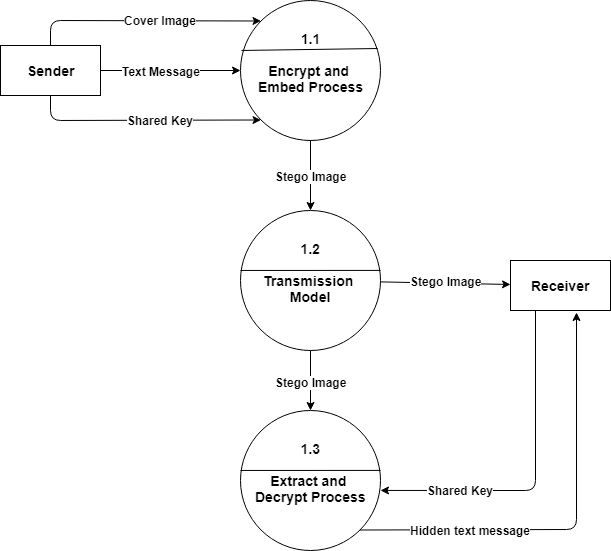
This is Documentation/DFDLevel1.png from SupriyaAmatya/ImageSteganography, a draw.io export, as it was before one commit. Source tidied: cells renumbered, new cells last; positions are measured from the earlier drawing's top-left corner, leaving out a move shared by most shapes.
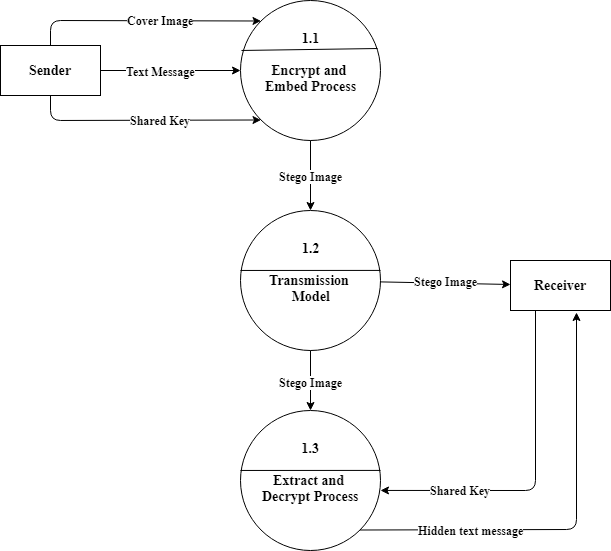
Later version of the same file.

What changed in the source:
```diff
@@ -2,111 +2,111 @@
   <root>
     <mxCell id="0" />
     <mxCell id="1" parent="0" />
-    <mxCell id="2" value="&lt;b style=&quot;font-size: 14px&quot;&gt;1.1&lt;br&gt;&lt;br&gt;Encrypt and &lt;br&gt;Embed Process&lt;br&gt;&lt;br&gt;&lt;/b&gt;" style="shape=ellipse;html=1;dashed=0;whitespace=wrap;perimeter=ellipsePerimeter;align=center;" parent="1" vertex="1">
+    <mxCell id="2" value="&lt;b style=&quot;font-size: 14px&quot;&gt;1.1&lt;br&gt;&lt;br&gt;Encrypt and &lt;br&gt;Embed Process&lt;br&gt;&lt;br&gt;&lt;/b&gt;" style="shape=ellipse;html=1;dashed=0;whitespace=wrap;perimeter=ellipsePerimeter;align=center;fontFamily=Times New Roman;" parent="1" vertex="1">
       <mxGeometry x="240" width="140" height="140" as="geometry" />
     </mxCell>
-    <mxCell id="3" value="&lt;b&gt;&lt;font style=&quot;font-size: 14px&quot;&gt;Sender&lt;/font&gt;&lt;/b&gt;" style="html=1;dashed=0;whitespace=wrap;" parent="1" vertex="1">
+    <mxCell id="3" value="&lt;b&gt;&lt;font style=&quot;font-size: 14px&quot;&gt;Sender&lt;/font&gt;&lt;/b&gt;" style="html=1;dashed=0;whitespace=wrap;fontFamily=Times New Roman;" parent="1" vertex="1">
       <mxGeometry y="45" width="100" height="50" as="geometry" />
     </mxCell>
-    <mxCell id="4" style="endArrow=classic;html=1;exitX=1;exitY=0.5;exitDx=0;exitDy=0;" parent="1" edge="1" source="3" target="2">
+    <mxCell id="4" style="endArrow=classic;html=1;exitX=1;exitY=0.5;exitDx=0;exitDy=0;fontFamily=Times New Roman;" parent="1" edge="1" source="3" target="2">
       <mxGeometry relative="1" as="geometry" />
     </mxCell>
-    <mxCell id="5" value="&lt;b&gt;Text Message&lt;/b&gt;" style="text;html=1;align=center;verticalAlign=middle;labelBackgroundColor=#ffffff;" parent="4" vertex="1">
+    <mxCell id="5" value="&lt;b&gt;Text Message&lt;/b&gt;" style="text;html=1;align=center;verticalAlign=middle;labelBackgroundColor=#ffffff;fontFamily=Times New Roman;" parent="4" vertex="1">
       <mxGeometry x="0.33" y="-1" relative="1" as="geometry">
         <mxPoint x="-33" y="-1" as="offset" />
       </mxGeometry>
     </mxCell>
-    <mxCell id="6" style="endArrow=classic;html=1;exitX=0.5;exitY=0;exitDx=0;exitDy=0;entryX=0;entryY=0;entryDx=0;entryDy=0;" parent="1" edge="1" source="3" target="2">
+    <mxCell id="6" style="endArrow=classic;html=1;exitX=0.5;exitY=0;exitDx=0;exitDy=0;entryX=0;entryY=0;entryDx=0;entryDy=0;fontFamily=Times New Roman;" parent="1" edge="1" source="3" target="2">
       <mxGeometry relative="1" as="geometry">
         <Array as="points">
           <mxPoint x="50" y="20" />
         </Array>
       </mxGeometry>
     </mxCell>
-    <mxCell id="7" value="&lt;b&gt;Cover Image&lt;/b&gt;" style="text;html=1;align=center;verticalAlign=middle;labelBackgroundColor=#ffffff;" parent="6" vertex="1">
+    <mxCell id="7" value="&lt;b&gt;Cover Image&lt;/b&gt;" style="text;html=1;align=center;verticalAlign=middle;labelBackgroundColor=#ffffff;fontFamily=Times New Roman;" parent="6" vertex="1">
       <mxGeometry x="0.32" y="-2" relative="1" as="geometry">
         <mxPoint x="-20" y="-2.5" as="offset" />
       </mxGeometry>
     </mxCell>
-    <mxCell id="8" style="endArrow=classic;html=1;exitX=0.5;exitY=1;exitDx=0;exitDy=0;entryX=0;entryY=1;entryDx=0;entryDy=0;" parent="1" edge="1" source="3" target="2">
+    <mxCell id="8" style="endArrow=classic;html=1;exitX=0.5;exitY=1;exitDx=0;exitDy=0;entryX=0;entryY=1;entryDx=0;entryDy=0;fontFamily=Times New Roman;" parent="1" edge="1" source="3" target="2">
       <mxGeometry relative="1" as="geometry">
         <Array as="points">
           <mxPoint x="50" y="120" />
         </Array>
       </mxGeometry>
     </mxCell>
-    <mxCell id="9" value="&lt;b&gt;Shared Key&lt;/b&gt;" style="text;html=1;align=center;verticalAlign=middle;labelBackgroundColor=#ffffff;" parent="8" vertex="1">
+    <mxCell id="9" value="&lt;b&gt;Shared Key&lt;/b&gt;" style="text;html=1;align=center;verticalAlign=middle;labelBackgroundColor=#ffffff;fontFamily=Times New Roman;" parent="8" vertex="1">
       <mxGeometry x="-0.1" y="1" relative="1" as="geometry">
         <mxPoint x="29" y="1" as="offset" />
       </mxGeometry>
     </mxCell>
-    <mxCell id="10" style="endArrow=none;html=1;entryX=0.979;entryY=0.343;entryDx=0;entryDy=0;entryPerimeter=0;exitX=0.007;exitY=0.357;exitDx=0;exitDy=0;exitPerimeter=0;" parent="1" edge="1" source="2" target="2">
+    <mxCell id="10" style="endArrow=none;html=1;entryX=0.979;entryY=0.343;entryDx=0;entryDy=0;entryPerimeter=0;exitX=0.007;exitY=0.357;exitDx=0;exitDy=0;exitPerimeter=0;fontFamily=Times New Roman;" parent="1" edge="1" source="2" target="2">
       <mxGeometry relative="1" as="geometry" />
     </mxCell>
-    <mxCell id="11" value="&lt;b style=&quot;font-size: 14px&quot;&gt;1.2&lt;br&gt;&lt;br&gt;Transmission &lt;br&gt;Model&lt;br&gt;&lt;br&gt;&lt;/b&gt;" style="shape=ellipse;html=1;dashed=0;whitespace=wrap;perimeter=ellipsePerimeter;align=center;" parent="1" vertex="1">
+    <mxCell id="11" value="&lt;b style=&quot;font-size: 14px&quot;&gt;1.2&lt;br&gt;&lt;br&gt;Transmission &lt;br&gt;Model&lt;br&gt;&lt;br&gt;&lt;/b&gt;" style="shape=ellipse;html=1;dashed=0;whitespace=wrap;perimeter=ellipsePerimeter;align=center;fontFamily=Times New Roman;" parent="1" vertex="1">
       <mxGeometry x="240" y="210" width="140" height="140" as="geometry" />
     </mxCell>
-    <mxCell id="12" style="endArrow=classic;html=1;" parent="1" edge="1" source="2" target="11">
+    <mxCell id="12" style="endArrow=classic;html=1;fontFamily=Times New Roman;" parent="1" edge="1" source="2" target="11">
       <mxGeometry relative="1" as="geometry" />
     </mxCell>
-    <mxCell id="13" value="&lt;b&gt;Stego Image&lt;/b&gt;" style="text;html=1;align=center;verticalAlign=middle;labelBackgroundColor=#ffffff;" parent="12" vertex="1">
+    <mxCell id="13" value="&lt;b&gt;Stego Image&lt;/b&gt;" style="text;html=1;align=center;verticalAlign=middle;labelBackgroundColor=#ffffff;fontFamily=Times New Roman;" parent="12" vertex="1">
       <mxGeometry x="-0.29" y="2" relative="1" as="geometry">
         <mxPoint x="-2" y="10" as="offset" />
       </mxGeometry>
     </mxCell>
-    <mxCell id="14" style="endArrow=none;html=1;entryX=1;entryY=0.428;entryDx=0;entryDy=0;entryPerimeter=0;exitX=0.021;exitY=0.414;exitDx=0;exitDy=0;exitPerimeter=0;" parent="1" edge="1" target="11">
+    <mxCell id="14" style="endArrow=none;html=1;entryX=1;entryY=0.428;entryDx=0;entryDy=0;entryPerimeter=0;exitX=0.021;exitY=0.414;exitDx=0;exitDy=0;exitPerimeter=0;fontFamily=Times New Roman;" parent="1" edge="1" target="11">
       <mxGeometry relative="1" as="geometry">
         <mxPoint x="239.9" y="270" as="sourcePoint" />
       </mxGeometry>
     </mxCell>
-    <mxCell id="15" value="&lt;b&gt;&lt;font style=&quot;font-size: 14px&quot;&gt;Receiver&lt;/font&gt;&lt;/b&gt;" style="html=1;dashed=0;whitespace=wrap;" parent="1" vertex="1">
+    <mxCell id="15" value="&lt;b&gt;&lt;font style=&quot;font-size: 14px&quot;&gt;Receiver&lt;/font&gt;&lt;/b&gt;" style="html=1;dashed=0;whitespace=wrap;fontFamily=Times New Roman;" parent="1" vertex="1">
       <mxGeometry x="510" y="260" width="100" height="50" as="geometry" />
     </mxCell>
-    <mxCell id="16" style="endArrow=classic;html=1;" parent="1" edge="1" source="11" target="15">
+    <mxCell id="16" style="endArrow=classic;html=1;fontFamily=Times New Roman;" parent="1" edge="1" source="11" target="15">
       <mxGeometry relative="1" as="geometry" />
     </mxCell>
-    <mxCell id="17" value="&lt;b&gt;Stego Image&lt;/b&gt;" style="text;html=1;align=center;verticalAlign=middle;labelBackgroundColor=#ffffff;" parent="16" vertex="1">
+    <mxCell id="17" value="&lt;b&gt;Stego Image&lt;/b&gt;" style="text;html=1;align=center;verticalAlign=middle;labelBackgroundColor=#ffffff;fontFamily=Times New Roman;" parent="16" vertex="1">
       <mxGeometry x="0.33" y="-1" relative="1" as="geometry">
         <mxPoint x="-21" y="-4" as="offset" />
       </mxGeometry>
     </mxCell>
-    <mxCell id="18" value="&lt;b style=&quot;font-size: 14px&quot;&gt;1.3&lt;br&gt;&lt;br&gt;Extract and &lt;br&gt;Decrypt Process&lt;br&gt;&lt;br&gt;&lt;/b&gt;" style="shape=ellipse;html=1;dashed=0;whitespace=wrap;perimeter=ellipsePerimeter;align=center;" parent="1" vertex="1">
+    <mxCell id="18" value="&lt;b style=&quot;font-size: 14px&quot;&gt;1.3&lt;br&gt;&lt;br&gt;Extract and &lt;br&gt;Decrypt Process&lt;br&gt;&lt;br&gt;&lt;/b&gt;" style="shape=ellipse;html=1;dashed=0;whitespace=wrap;perimeter=ellipsePerimeter;align=center;fontFamily=Times New Roman;" parent="1" vertex="1">
       <mxGeometry x="240" y="410" width="140" height="140" as="geometry" />
     </mxCell>
-    <mxCell id="19" style="endArrow=classic;html=1;" parent="1" edge="1" source="11" target="18">
+    <mxCell id="19" style="endArrow=classic;html=1;fontFamily=Times New Roman;" parent="1" edge="1" source="11" target="18">
       <mxGeometry relative="1" as="geometry" />
     </mxCell>
-    <mxCell id="20" value="&lt;b&gt;Stego Image&lt;/b&gt;" style="text;html=1;align=center;verticalAlign=middle;labelBackgroundColor=#ffffff;" parent="19" vertex="1">
+    <mxCell id="20" value="&lt;b&gt;Stego Image&lt;/b&gt;" style="text;html=1;align=center;verticalAlign=middle;labelBackgroundColor=#ffffff;fontFamily=Times New Roman;" parent="19" vertex="1">
       <mxGeometry x="-0.29" y="2" relative="1" as="geometry">
         <mxPoint x="-2" y="10" as="offset" />
       </mxGeometry>
     </mxCell>
-    <mxCell id="21" style="endArrow=none;html=1;entryX=1;entryY=0.428;entryDx=0;entryDy=0;entryPerimeter=0;exitX=0.021;exitY=0.414;exitDx=0;exitDy=0;exitPerimeter=0;" parent="1" edge="1">
+    <mxCell id="21" style="endArrow=none;html=1;entryX=1;entryY=0.428;entryDx=0;entryDy=0;entryPerimeter=0;exitX=0.021;exitY=0.414;exitDx=0;exitDy=0;exitPerimeter=0;fontFamily=Times New Roman;" parent="1" edge="1">
       <mxGeometry relative="1" as="geometry">
         <mxPoint x="239.9" y="470" as="sourcePoint" />
         <mxPoint x="380" y="469.9" as="targetPoint" />
       </mxGeometry>
     </mxCell>
-    <mxCell id="22" style="endArrow=classic;html=1;exitX=0.25;exitY=1;exitDx=0;exitDy=0;entryX=1;entryY=0.571;entryDx=0;entryDy=0;entryPerimeter=0;" parent="1" edge="1" source="15" target="18">
+    <mxCell id="22" style="endArrow=classic;html=1;exitX=0.25;exitY=1;exitDx=0;exitDy=0;entryX=1;entryY=0.571;entryDx=0;entryDy=0;entryPerimeter=0;fontFamily=Times New Roman;" parent="1" edge="1" source="15" target="18">
       <mxGeometry relative="1" as="geometry">
         <Array as="points">
           <mxPoint x="535" y="490" />
         </Array>
       </mxGeometry>
     </mxCell>
-    <mxCell id="23" value="&lt;b&gt;Shared Key&lt;/b&gt;" style="text;html=1;align=center;verticalAlign=middle;labelBackgroundColor=#ffffff;" parent="22" vertex="1">
+    <mxCell id="23" value="&lt;b&gt;Shared Key&lt;/b&gt;" style="text;html=1;align=center;verticalAlign=middle;labelBackgroundColor=#ffffff;fontFamily=Times New Roman;" parent="22" vertex="1">
       <mxGeometry x="0.61" y="2" relative="1" as="geometry">
         <mxPoint x="15" y="-2" as="offset" />
       </mxGeometry>
     </mxCell>
-    <mxCell id="24" style="endArrow=classic;html=1;exitX=1;exitY=1;exitDx=0;exitDy=0;entryX=0.66;entryY=1.04;entryDx=0;entryDy=0;entryPerimeter=0;" parent="1" edge="1" source="18" target="15">
+    <mxCell id="24" style="endArrow=classic;html=1;exitX=1;exitY=1;exitDx=0;exitDy=0;entryX=0.66;entryY=1.04;entryDx=0;entryDy=0;entryPerimeter=0;fontFamily=Times New Roman;" parent="1" edge="1" source="18" target="15">
       <mxGeometry relative="1" as="geometry">
         <Array as="points">
           <mxPoint x="576" y="529" />
         </Array>
       </mxGeometry>
     </mxCell>
-    <mxCell id="25" value="&lt;b&gt;Hidden text message&lt;/b&gt;" style="text;html=1;align=center;verticalAlign=middle;labelBackgroundColor=#ffffff;" parent="24" vertex="1">
+    <mxCell id="25" value="&lt;b&gt;Hidden text message&lt;/b&gt;" style="text;html=1;align=center;verticalAlign=middle;labelBackgroundColor=#ffffff;fontFamily=Times New Roman;" parent="24" vertex="1">
       <mxGeometry x="-0.56" y="1" relative="1" as="geometry">
         <mxPoint x="14.5" y="1.5" as="offset" />
       </mxGeometry>
```
